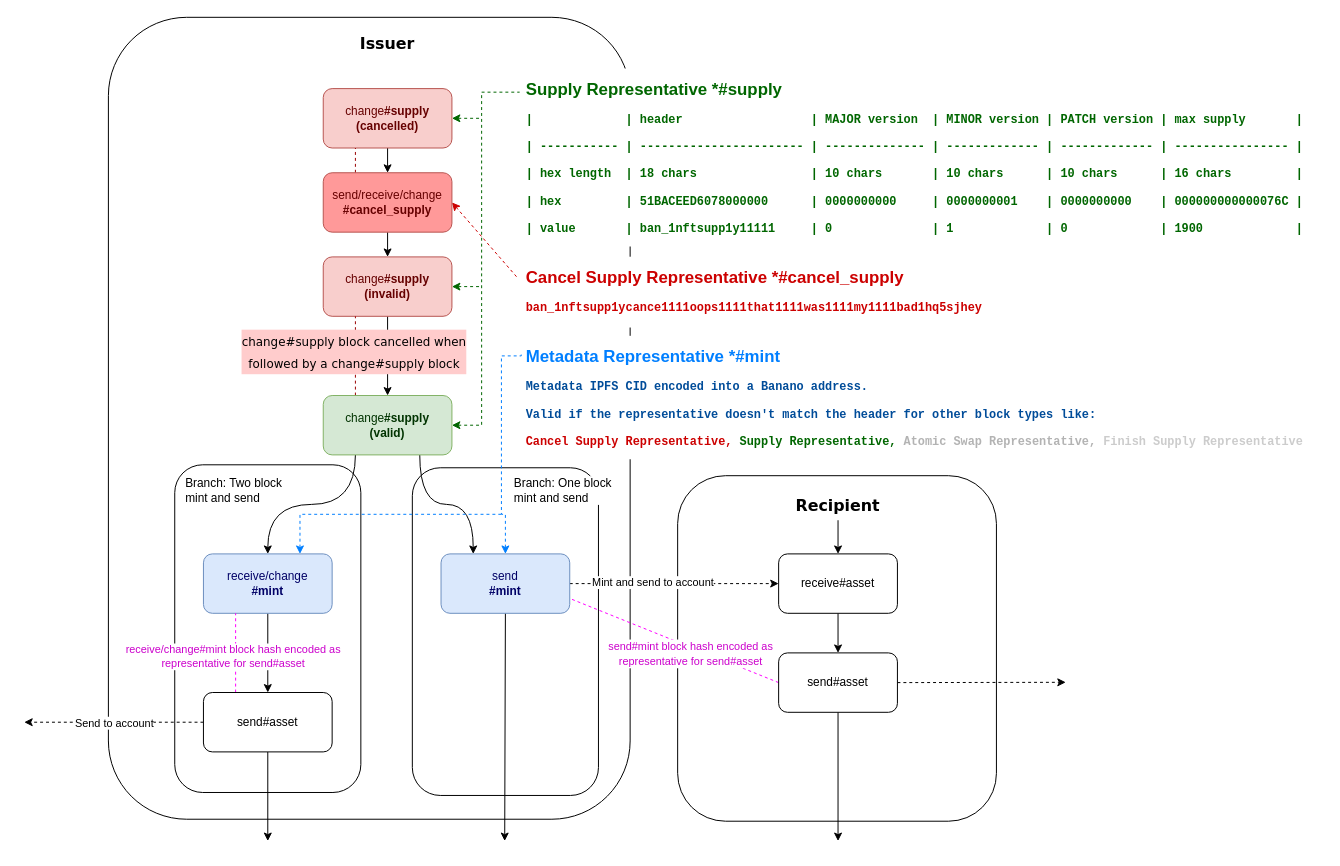
Airtune/73-meta-tokens keeps this draw.io diagram as diagrams/supply-mint-send-receive.drawio. Above is the earlier version. Source tidied: cells renumbered, new cells numbered last; positions are measured from the earlier drawing's top-left corner, leaving out a move shared by most shapes. Both pictures are drawn from the tidied source at 99%, with x=0, y=0 at pixel (24, 17).
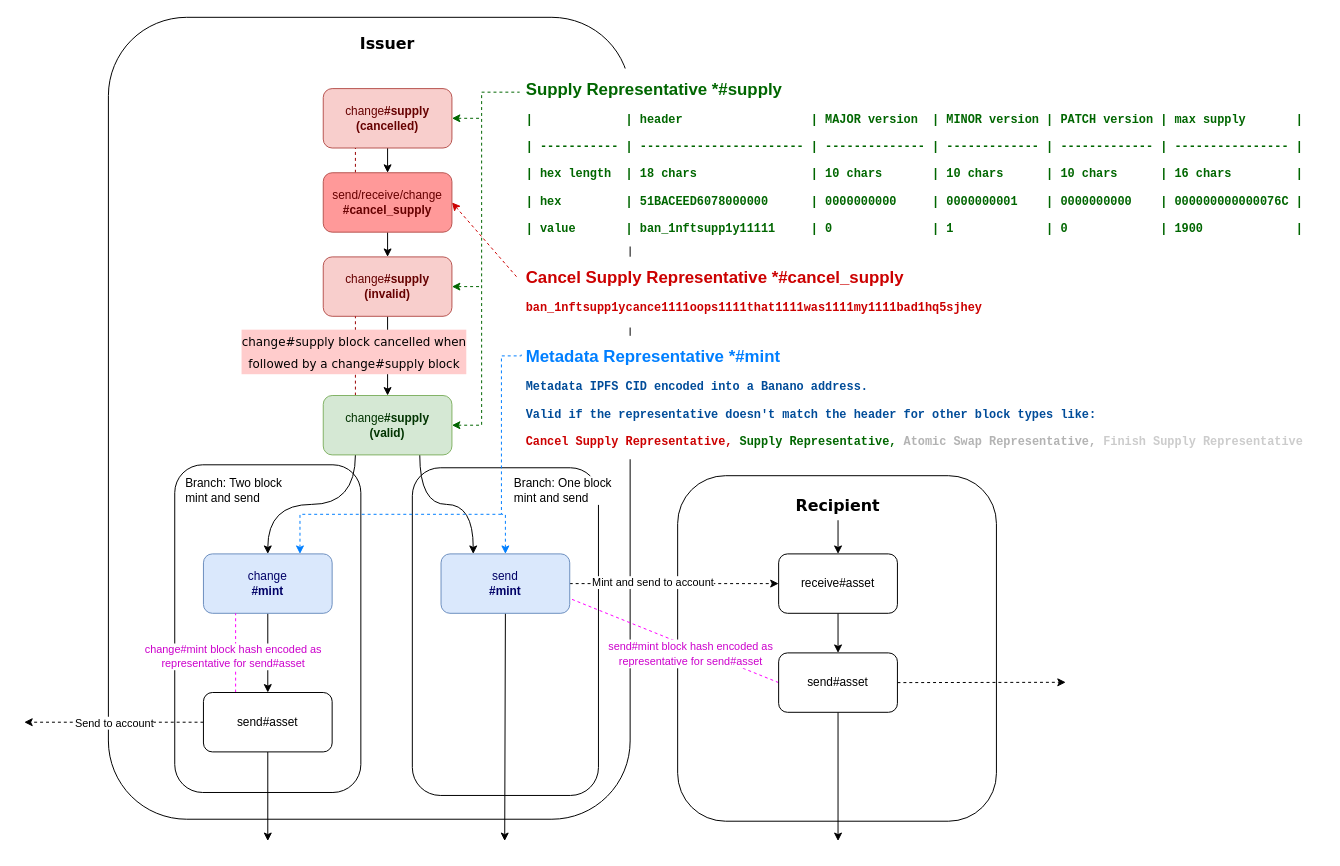
After the change.

Commit message (it also covers changes not shown here):
Remove receive#mint in favor of change#mint in diagram

The change refers to these unchanged cells:
```xml
<mxCell id="33" style="edgeStyle=orthogonalEdgeStyle;rounded=0;jettySize=auto;html=1;exitX=0.25;exitY=0;exitDx=0;exitDy=0;entryX=0.25;entryY=1;entryDx=0;entryDy=0;fontColor=#0000CC;dashed=1;strokeColor=#FF00FF;endArrow=none;endFill=0;" parent="1" edge="1" source="38" target="26">
  <mxGeometry relative="1" as="geometry" />
</mxCell>
```

The edit, as a diff of the source:
```diff
@@
-    <mxCell id="26" value="receive/change&lt;br&gt;&lt;b&gt;#mint&lt;/b&gt;" style="rounded=1;whiteSpace=wrap;html=1;fillColor=#dae8fc;strokeColor=#6c8ebf;fontColor=#000066;" parent="1" vertex="1">
+    <mxCell id="26" value="change&lt;br&gt;&lt;b&gt;#mint&lt;/b&gt;" style="rounded=1;whiteSpace=wrap;html=1;fillColor=#dae8fc;strokeColor=#6c8ebf;fontColor=#000066;" parent="1" vertex="1">
       <mxGeometry x="181" y="542" width="130" height="60" as="geometry" />
     </mxCell>
@@
-    <mxCell id="34" value="receive/change#mint block hash encoded as&lt;br&gt;representative for send#asset" style="edgeLabel;html=1;align=center;verticalAlign=middle;fontColor=#CC00CC;" parent="33" vertex="1">
+    <mxCell id="34" value="change#mint block hash encoded as&lt;br&gt;representative for send#asset" style="edgeLabel;html=1;align=center;verticalAlign=middle;fontColor=#CC00CC;" parent="33" vertex="1">
       <mxGeometry x="-0.08" y="3" relative="1" as="geometry" />
     </mxCell>
```
